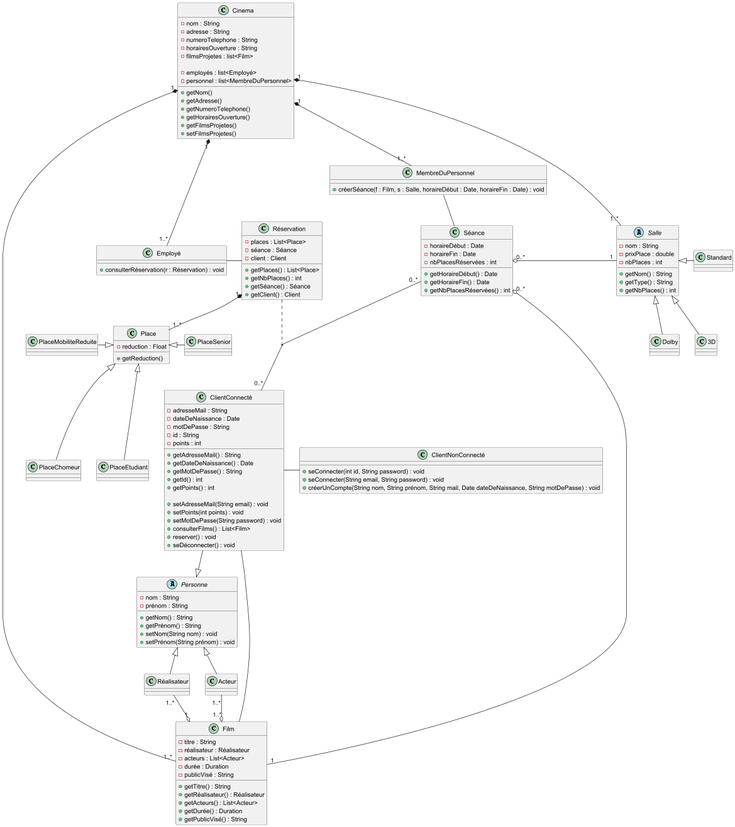
The PlantUML diagram class.png in AquaBx/omd-tp-1, before a commit.
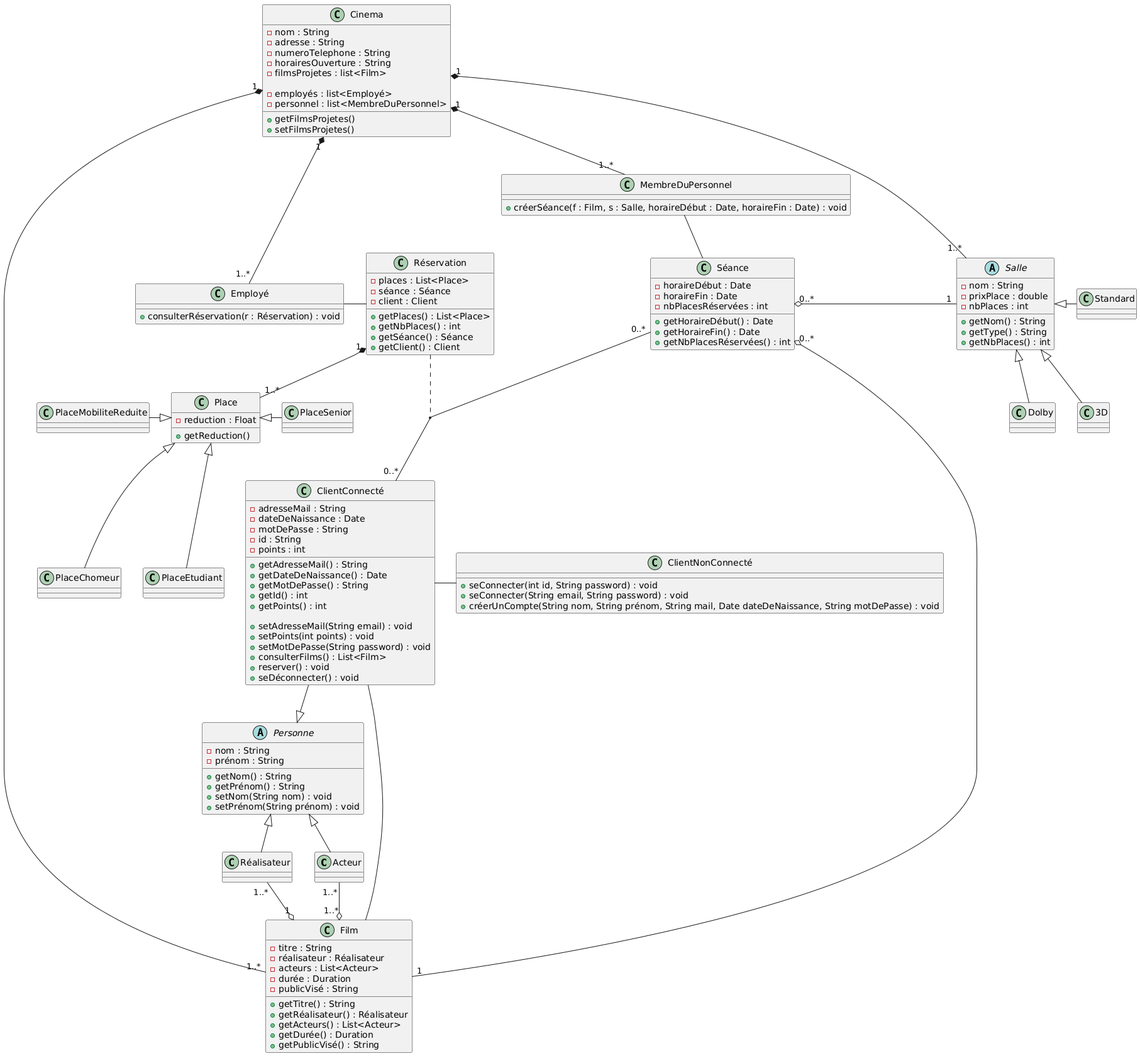
The same file after the commit.

Commit message:
changement diagramme classe

What changed in the source:
```diff
@@ -87,10 +87,6 @@
     - employés : list<Employé>
     - personnel : list<MembreDuPersonnel>
 
-    + getNom()
-    + getAdresse()
-    + getNumeroTelephone()
-    + getHorairesOuverture()
     + getFilmsProjetes()
     + setFilmsProjetes()
 }
```
